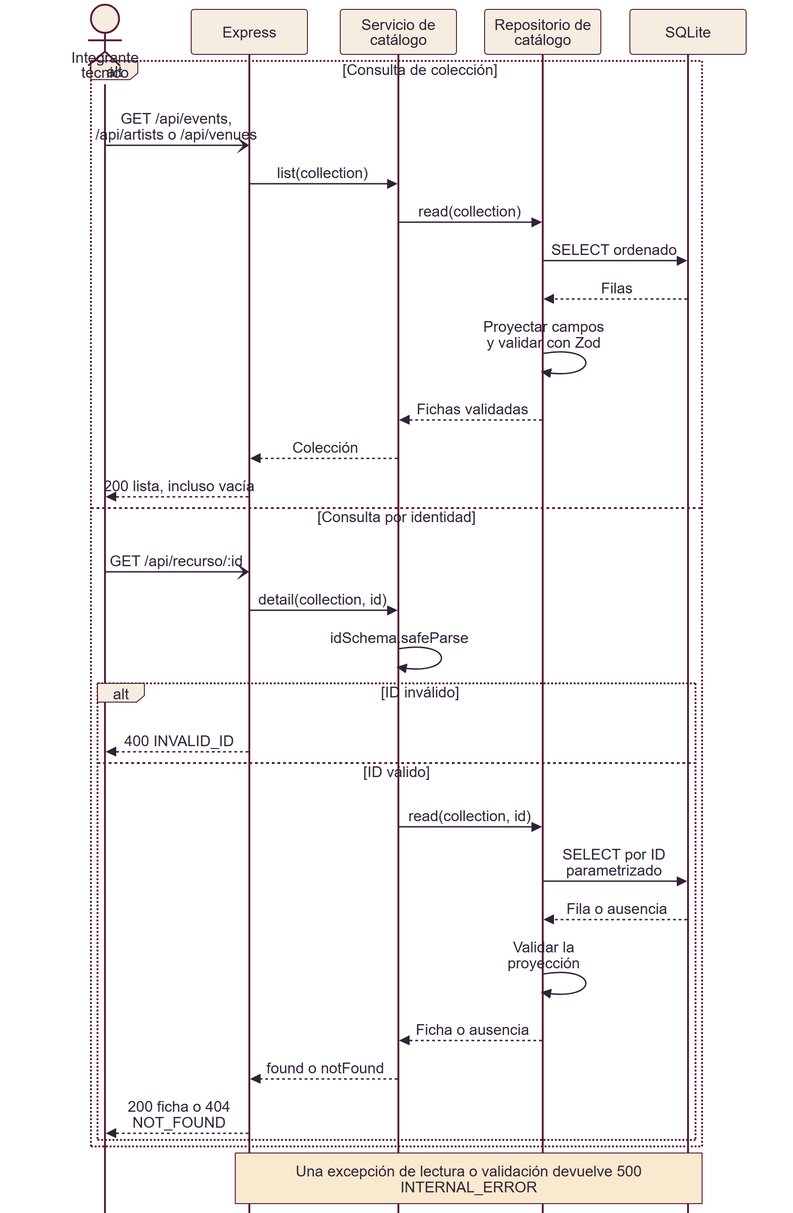
This is docs/architecture/rendered/png/CU-02.png from magomez36/FIAVL_Arquitectura-de-Software, a Mermaid export, as it was before one commit. Its source is kept beside it as docs/architecture/diagrams/CU-02.mmd.
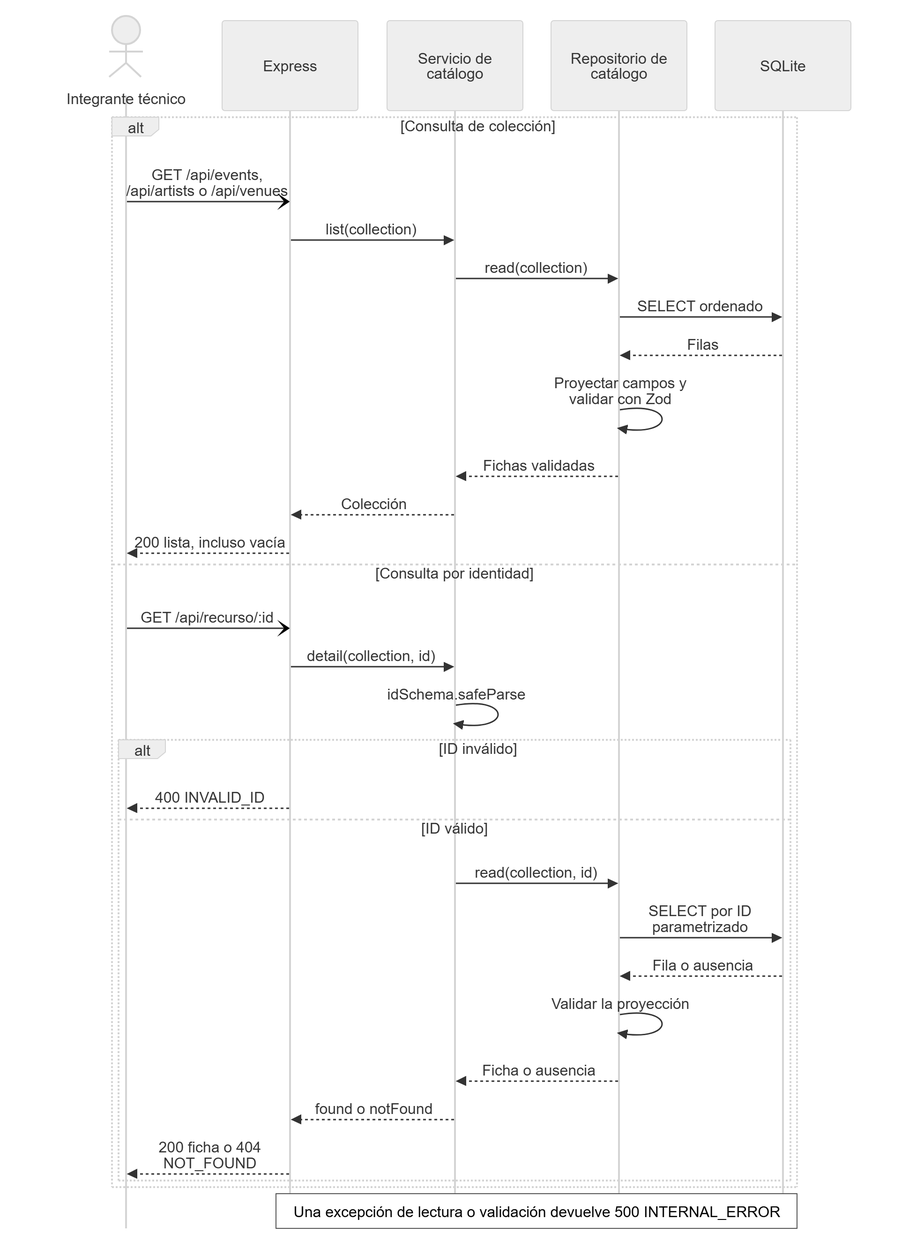
After the commit.

Diff of the diagram source:
```diff
@@ -1,3 +1,10 @@
+---
+config:
+  theme: neutral
+  sequence:
+    height: 96
+    width: 145
+---
 sequenceDiagram
 actor T as Integrante técnico
 participant A as Express
```
